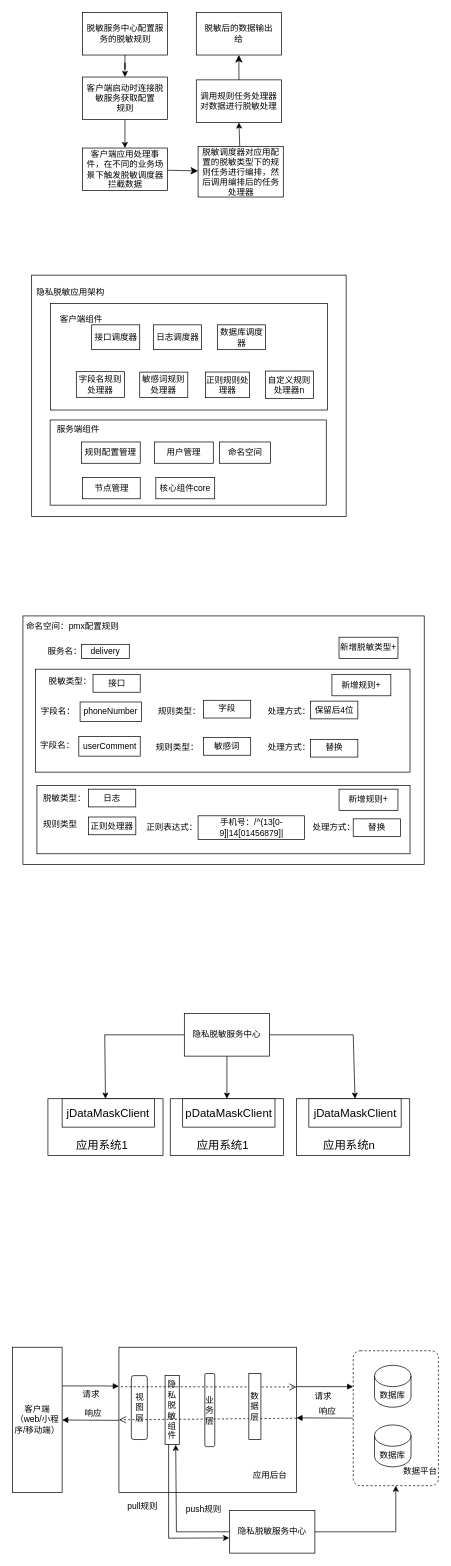
chordcreater/chordcreater.github.io keeps this draw.io diagram as Untitled Diagram.drawio. Above is the earlier version. Source tidied: cells renumbered, new cells numbered last; positions are measured from the earlier drawing's top-left corner, leaving out a move shared by most shapes. Both pictures are drawn from the tidied source at 71%, with x=0, y=0 at pixel (12, 12).
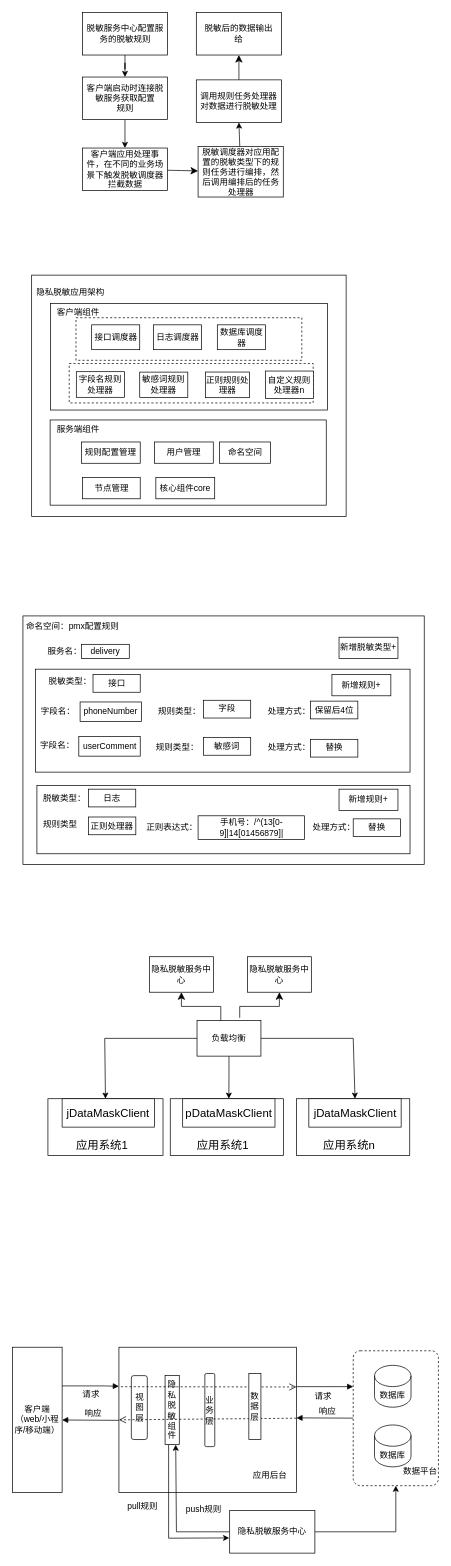
The same page after the edit.

The change refers to these unchanged cells:
```xml
<mxCell id="15" style="group;" parent="1" vertex="1">
  <mxGeometry x="53.6" y="420" width="441" height="150" as="geometry" />
</mxCell>
<mxCell id="34" style="rounded=0;whiteSpace=wrap;html=1;strokeColor=default;fontFamily=Helvetica;fontSize=12;fontColor=default;fillColor=default;" parent="1" vertex="1">
  <mxGeometry x="50" y="1530" width="162.1" height="80" as="geometry" />
</mxCell>
<mxCell id="90" value="pDataMaskClient" style="rounded=0;whiteSpace=wrap;html=1;fontSize=16;" parent="1" vertex="1">
  <mxGeometry x="239.8" y="1530" width="130" height="40" as="geometry" />
</mxCell>
<mxCell id="93" value="jDataMaskClient" style="rounded=0;whiteSpace=wrap;html=1;fontSize=16;" parent="1" vertex="1">
  <mxGeometry x="417.5" y="1530" width="130" height="40" as="geometry" />
</mxCell>
```

What changed in the source:
```diff
@@
     <mxCell id="17" value="客户端组件" style="text;html=1;strokeColor=none;fillColor=none;align=center;verticalAlign=middle;whiteSpace=wrap;rounded=0;" parent="15" vertex="1">
-      <mxGeometry x="-9.7" y="-13.6" width="106" height="53.6" as="geometry" />
+      <mxGeometry x="-13.6" y="-25" width="106" height="53.6" as="geometry" />
     </mxCell>
+    <mxCell id="103" style="fontStyle=0;dashed=1;html=1;whiteSpace=wrap;" parent="15" vertex="1">
+      <mxGeometry x="26.4" y="74.5" width="343.6" height="55.5" as="geometry" />
+    </mxCell>
@@
+    <mxCell id="104" style="fontStyle=0;dashed=1;html=1;whiteSpace=wrap;" parent="15" vertex="1">
+      <mxGeometry x="35.9" y="10" width="318.1" height="60" as="geometry" />
+    </mxCell>
@@
+    <mxCell id="105" style="edgeStyle=orthogonalEdgeStyle;rounded=0;jettySize=auto;html=1;" parent="1" edge="1" source="33" target="90">
+      <mxGeometry relative="1" as="geometry" />
+    </mxCell>
-    <mxCell id="33" value="隐私脱敏服务中心" style="rounded=0;whiteSpace=wrap;html=1;strokeColor=default;fontFamily=Helvetica;fontSize=12;fontColor=default;fillColor=default;" parent="1" vertex="1">
-      <mxGeometry x="242.1" y="1410" width="120" height="60" as="geometry" />
+    <mxCell id="33" value="负载均衡" style="rounded=0;whiteSpace=wrap;html=1;strokeColor=default;fontFamily=Helvetica;fontSize=12;fontColor=default;fillColor=default;" parent="1" vertex="1">
+      <mxGeometry x="260" y="1420" width="90" height="50" as="geometry" />
     </mxCell>
@@
     <mxCell id="35" style="endArrow=classic;html=1;rounded=0;fontFamily=Helvetica;fontSize=12;fontColor=default;exitX=0;exitY=0.5;exitDx=0;exitDy=0;entryX=0.5;entryY=0;entryDx=0;entryDy=0;" parent="1" edge="1" source="33" target="34">
       <mxGeometry relative="1" as="geometry">
         <Array as="points">
-          <mxPoint x="130" y="1440" />
+          <mxPoint x="130" y="1445" />
         </Array>
       </mxGeometry>
     </mxCell>
@@
-    <mxCell id="37" style="endArrow=classic;html=1;rounded=0;fontFamily=Helvetica;fontSize=12;fontColor=default;exitX=0.5;exitY=1;exitDx=0;exitDy=0;entryX=0.5;entryY=0;entryDx=0;entryDy=0;" parent="1" edge="1" source="33">
-      <mxGeometry relative="1" as="geometry">
-        <mxPoint x="302.1" y="1530" as="targetPoint" />
-      </mxGeometry>
-    </mxCell>
-    <mxCell id="38" style="edgeLabel;html=1;align=center;verticalAlign=middle;rounded=0;strokeColor=default;fontFamily=Helvetica;fontSize=12;fontColor=default;fillColor=default;" parent="37" vertex="1">
-      <mxGeometry relative="1" as="geometry">
-        <mxPoint x="-56" y="-24" as="offset" />
-      </mxGeometry>
-    </mxCell>
     <mxCell id="39" style="endArrow=classic;html=1;rounded=0;fontFamily=Helvetica;fontSize=12;fontColor=default;exitX=1;exitY=0.5;exitDx=0;exitDy=0;entryX=0.5;entryY=0;entryDx=0;entryDy=0;" parent="1" edge="1" source="33" target="93">
       <mxGeometry relative="1" as="geometry">
         <Array as="points">
-          <mxPoint x="480" y="1440" />
+          <mxPoint x="480" y="1445" />
         </Array>
       </mxGeometry>
     </mxCell>
@@
+    <mxCell id="106" value="隐私脱敏服务中心" style="rounded=0;whiteSpace=wrap;html=1;strokeColor=default;fontFamily=Helvetica;fontSize=12;fontColor=default;fillColor=default;" parent="1" vertex="1">
+      <mxGeometry x="193" y="1330" width="90" height="50" as="geometry" />
+    </mxCell>
+    <mxCell id="107" value="隐私脱敏服务中心" style="rounded=0;whiteSpace=wrap;html=1;strokeColor=default;fontFamily=Helvetica;fontSize=12;fontColor=default;fillColor=default;" parent="1" vertex="1">
+      <mxGeometry x="331" y="1330" width="90" height="50" as="geometry" />
+    </mxCell>
+    <mxCell id="108" style="edgeStyle=elbowEdgeStyle;elbow=vertical;endArrow=classic;html=1;curved=0;rounded=0;endSize=8;startSize=8;entryX=0.5;entryY=1;entryDx=0;entryDy=0;exitX=0.668;exitY=-0.079;exitDx=0;exitDy=0;exitPerimeter=0;" parent="1" edge="1" source="33" target="107">
+      <mxGeometry relative="1" as="geometry">
+        <Array as="points">
+          <mxPoint x="320" y="1400" />
+          <mxPoint x="330" y="1400" />
+        </Array>
+      </mxGeometry>
+    </mxCell>
+    <mxCell id="109" style="edgeStyle=elbowEdgeStyle;elbow=vertical;endArrow=classic;html=1;curved=0;rounded=0;endSize=8;startSize=8;entryX=0.5;entryY=1;entryDx=0;entryDy=0;" parent="1" edge="1" target="106">
+      <mxGeometry relative="1" as="geometry">
+        <mxPoint x="293.5" y="1420" as="sourcePoint" />
+      </mxGeometry>
+    </mxCell>
```
